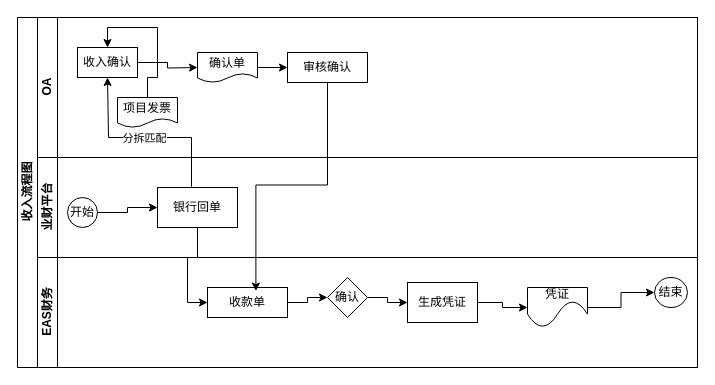
Before: src/未命名绘图.drawio in westlyou/3d-force-graph, a draw.io diagram. Source tidied: cells renumbered, new cells numbered last; positions are measured from the earlier drawing's top-left corner, leaving out a move shared by most shapes. Both pictures are drawn from the tidied source at 100%, with x=0, y=0 at pixel (17, 17).
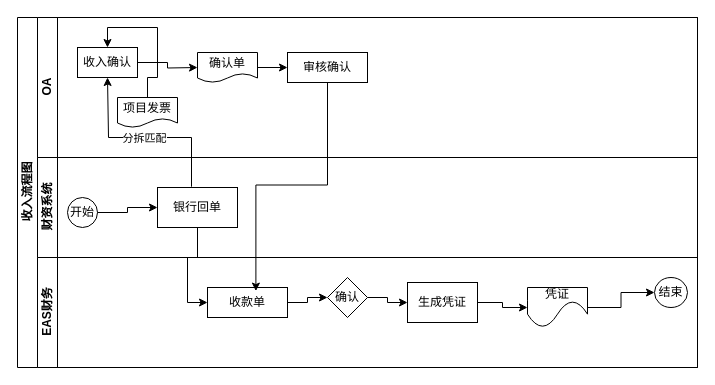
After the change.

Commit message:
收入流程图.drawio

Change to the diagram source:
```diff
@@
-    <mxCell id="3" value="&lt;div style=&quot;text-align: justify;&quot;&gt;&lt;span style=&quot;background-color: initial;&quot;&gt;业财平台&lt;/span&gt;&lt;/div&gt;" style="swimlane;html=1;startSize=20;horizontal=0;align=center;" parent="1" vertex="1">
+    <mxCell id="3" value="&lt;div style=&quot;text-align: justify;&quot;&gt;&lt;span style=&quot;background-color: initial;&quot;&gt;财资系统&lt;/span&gt;&lt;/div&gt;" style="swimlane;html=1;startSize=20;horizontal=0;align=center;" parent="1" vertex="1">
       <mxGeometry x="20" y="140" width="660" height="100" as="geometry" />
     </mxCell>
```
